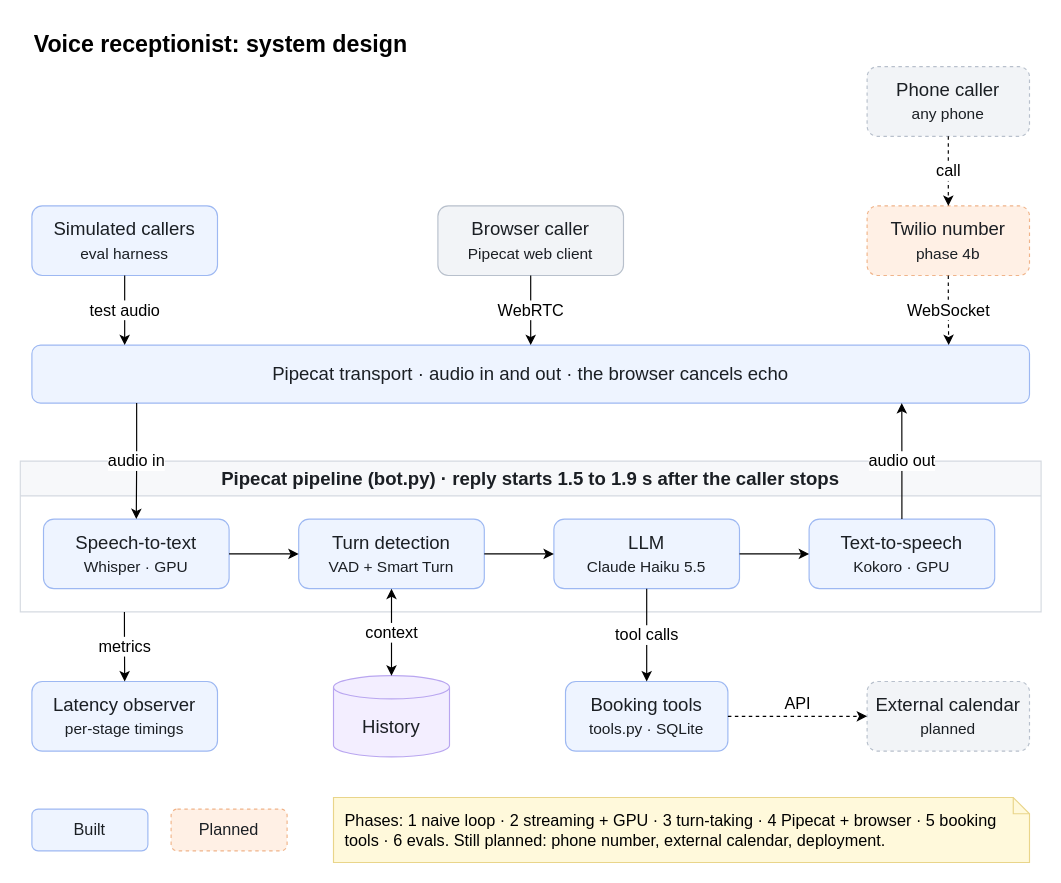
Before: docs/system-design.drawio in captflag/AI-Voice-, a draw.io diagram. Source tidied: cells renumbered, new cells numbered last; positions are measured from the earlier drawing's top-left corner, leaving out a move shared by most shapes. Both pictures are drawn from the tidied source at 116%, with x=0, y=0 at pixel (20, 20).
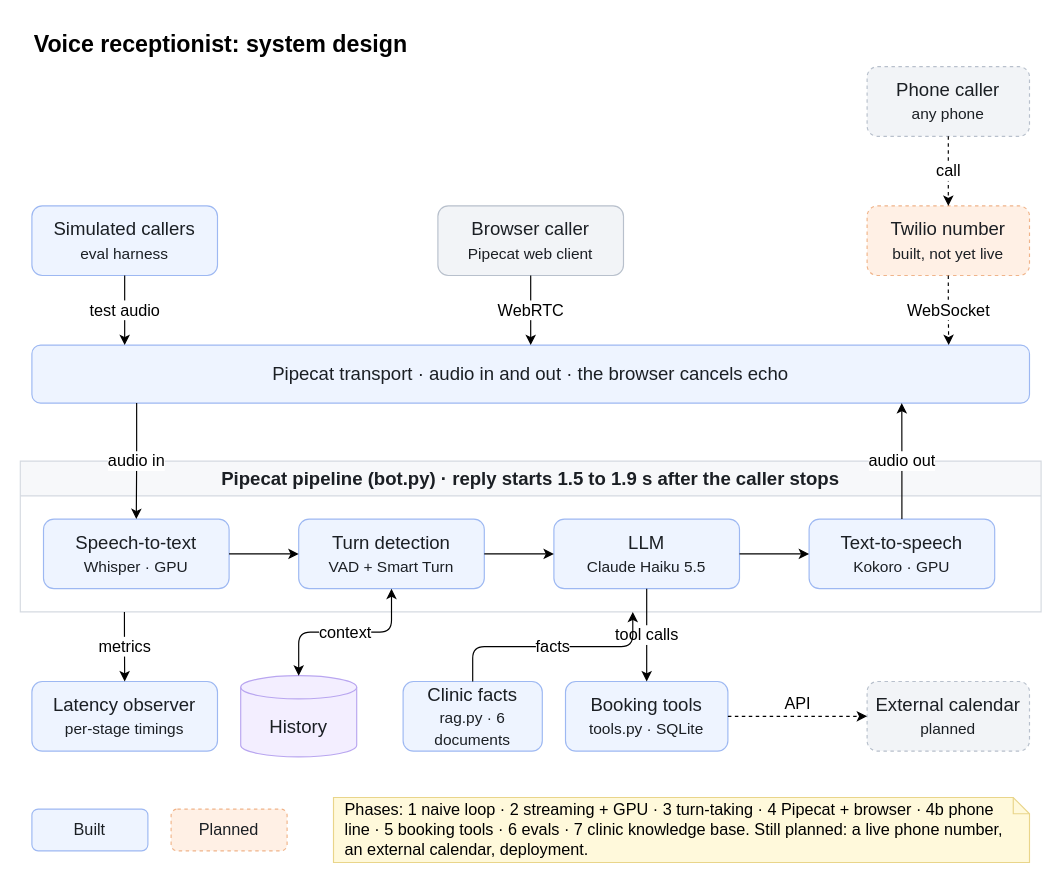
The same diagram, later.

Unchanged cells that the change refers to:
```xml
<mxCell id="8" value="Pipecat pipeline (bot.py) · reply starts 1.5 to 1.9 s after the caller stops" style="swimlane;startSize=30;whiteSpace=wrap;html=1;fillColor=#F7F8FA;strokeColor=#D5DAE1;fontColor=#1B1F24;fontSize=16;" parent="1" vertex="1">
  <mxGeometry y="380" width="880" height="130" as="geometry" />
</mxCell>
```

The edit, as a diff of the source:
```diff
@@
-    <mxCell id="6" value="Twilio number&lt;br&gt;&lt;small&gt;phase 4b&lt;/small&gt;" style="rounded=1;whiteSpace=wrap;html=1;fontColor=#1B1F24;fontSize=16;fillColor=#FFF0E5;strokeColor=#F0B48A;dashed=1;" parent="1" vertex="1">
+    <mxCell id="6" value="Twilio number&lt;br&gt;&lt;small&gt;built, not yet live&lt;/small&gt;" style="rounded=1;whiteSpace=wrap;html=1;fontColor=#1B1F24;fontSize=16;fillColor=#FFF0E5;strokeColor=#F0B48A;dashed=1;" parent="1" vertex="1">
       <mxGeometry x="730" y="160" width="140" height="60" as="geometry" />
     </mxCell>
@@
     <mxCell id="14" value="History" style="shape=cylinder3;boundedLbl=1;backgroundOutline=1;size=10;whiteSpace=wrap;html=1;fillColor=#F3EEFF;strokeColor=#B9A6F0;fontColor=#1B1F24;fontSize=16;" parent="1" vertex="1">
-      <mxGeometry x="270" y="565" width="100" height="70" as="geometry" />
+      <mxGeometry x="190" y="565" width="100" height="70" as="geometry" />
     </mxCell>
@@
-    <mxCell id="19" value="Phases: 1 naive loop · 2 streaming + GPU · 3 turn-taking · 4 Pipecat + browser · 5 booking tools · 6 evals. Still planned: phone number, external calendar, deployment." style="shape=note;size=14;whiteSpace=wrap;html=1;fontSize=14;fillColor=#FFF9DB;strokeColor=#E9D58A;align=left;spacingLeft=8;spacingRight=8;" parent="1" vertex="1">
+    <mxCell id="19" value="Phases: 1 naive loop · 2 streaming + GPU · 3 turn-taking · 4 Pipecat + browser · 4b phone line · 5 booking tools · 6 evals · 7 clinic knowledge base. Still planned: a live phone number, an external calendar, deployment." style="shape=note;size=14;whiteSpace=wrap;html=1;fontSize=14;fillColor=#FFF9DB;strokeColor=#E9D58A;align=left;spacingLeft=8;spacingRight=8;" parent="1" vertex="1">
       <mxGeometry x="270" y="670" width="600" height="56" as="geometry" />
     </mxCell>
@@
+    <mxCell id="33" value="Clinic facts&lt;br&gt;&lt;small&gt;rag.py · 6 documents&lt;/small&gt;" style="rounded=1;whiteSpace=wrap;html=1;fontColor=#1B1F24;fontSize=16;fillColor=#EEF4FF;strokeColor=#9DB8F2;" parent="1" vertex="1">
+      <mxGeometry x="330" y="570" width="120" height="60" as="geometry" />
+    </mxCell>
+    <mxCell id="34" value="facts" style="edgeStyle=orthogonalEdgeStyle;rounded=1;html=1;fontSize=14;labelBackgroundColor=default;entryX=0.6;entryY=1;" parent="1" edge="1" source="33" target="8">
+      <mxGeometry relative="1" as="geometry" />
+    </mxCell>
```
